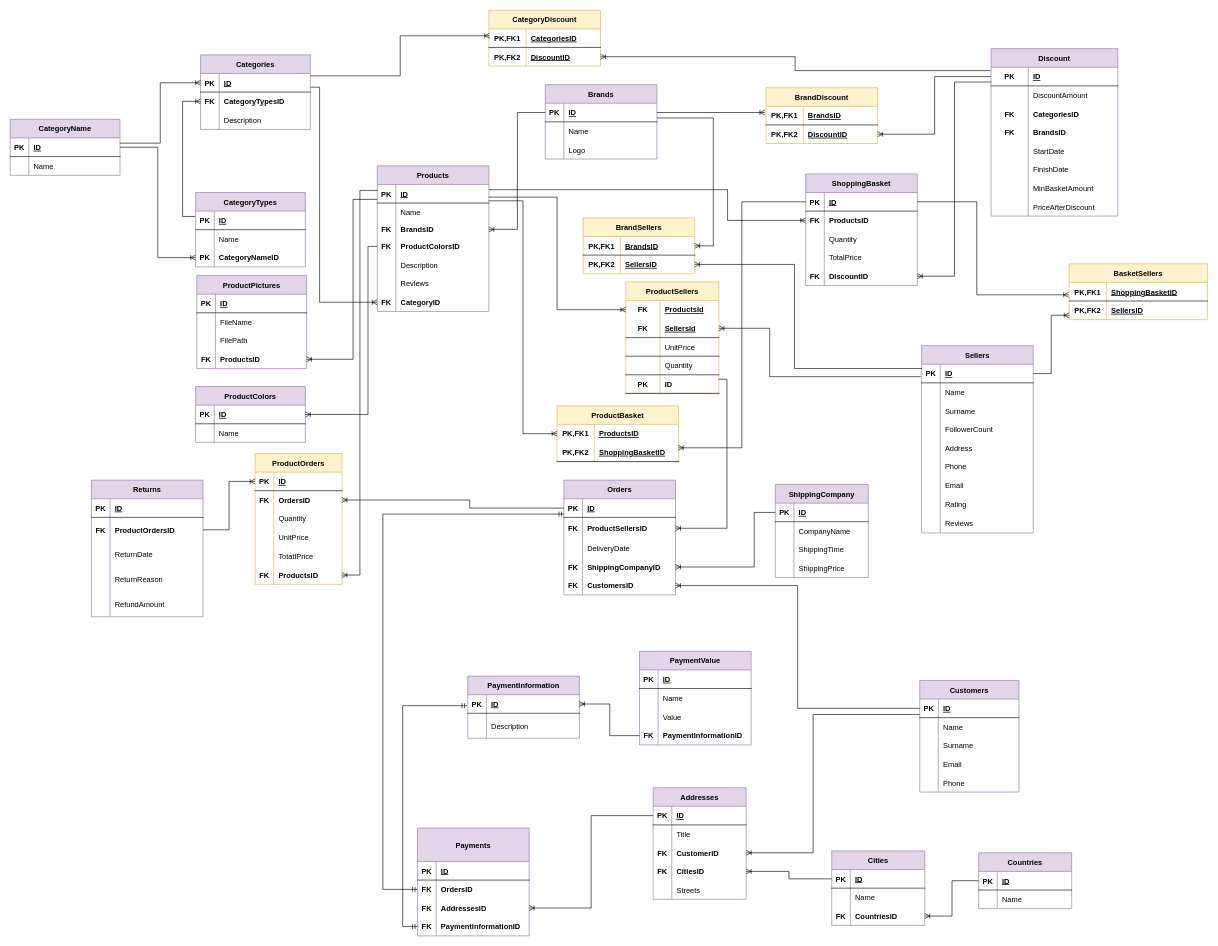
Earlier version of the draw.io diagram Son.drawio (HandeYetisen/Python). Source tidied: cells renumbered, new cells numbered last; positions are measured from the earlier drawing's top-left corner, leaving out a move shared by most shapes. Both pictures are drawn from the tidied source at 62%, with x=0, y=0 at pixel (10, 10).
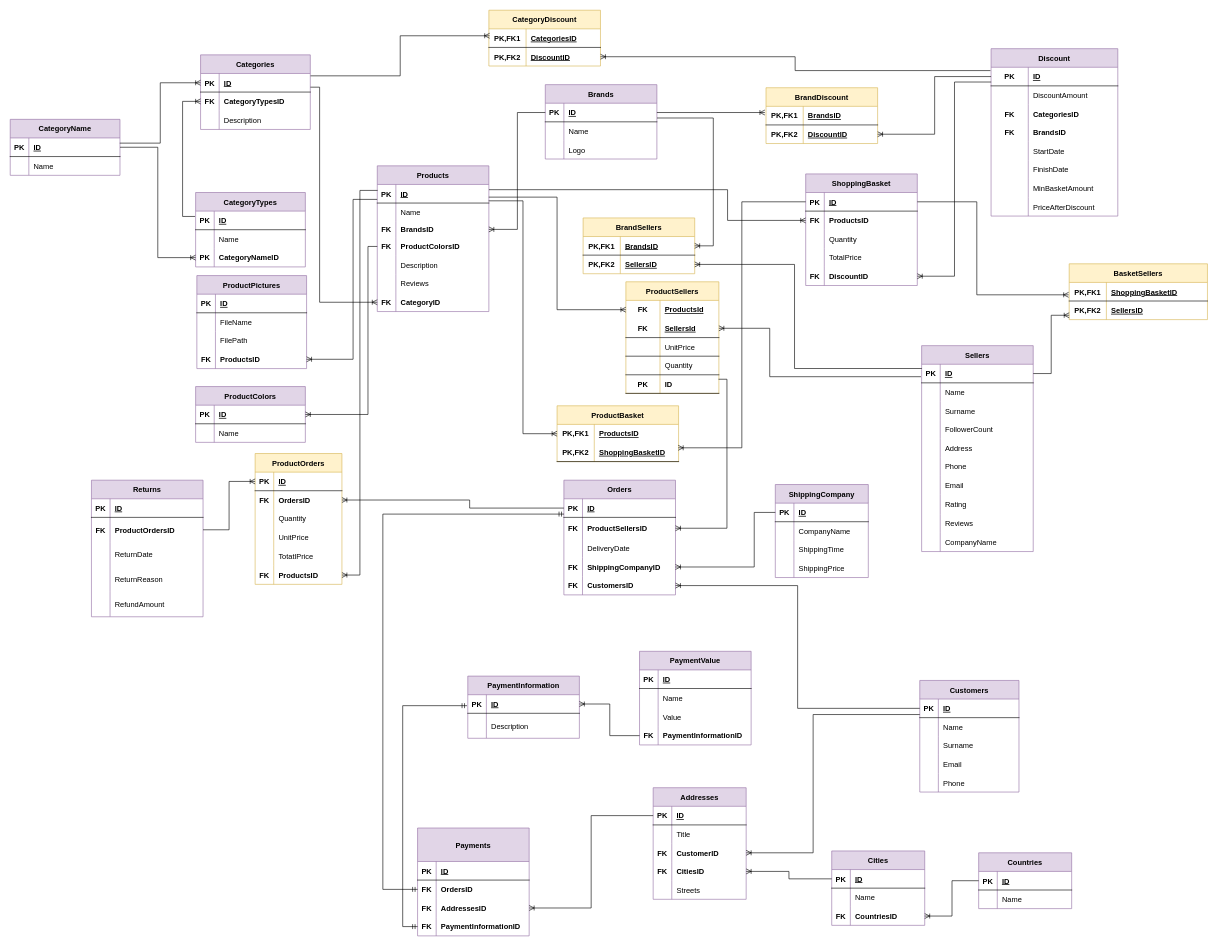
Above is the later version.

Diff of the diagram source:
```diff
@@
     <mxCell id="83" value="Sellers" style="shape=table;startSize=30;childLayout=tableLayout;rowLines=0;fontStyle=1;align=center;fillColor=#e1d5e7;strokeColor=#9673a6;" parent="1" vertex="1">
-      <mxGeometry x="1470" y="541" width="180" height="302.1" as="geometry" />
+      <mxGeometry x="1470" y="541" width="180" height="332.1" as="geometry" />
     </mxCell>
@@
+    <mxCell id="384" style="shape=tableRow;horizontal=0;startSize=0;swimlaneHead=0;swimlaneBody=0;fillColor=none;top=0;left=0;right=0;bottom=0;" parent="83" vertex="1">
+      <mxGeometry y="302" width="180" height="30" as="geometry" />
+    </mxCell>
+    <mxCell id="385" style="shape=partialRectangle;fillColor=none;top=0;left=0;bottom=0;right=0;overflow=hidden;" parent="384" vertex="1">
+      <mxGeometry width="30" height="30" as="geometry" />
+    </mxCell>
+    <mxCell id="386" value="CompanyName" style="shape=partialRectangle;fillColor=none;top=0;left=0;bottom=0;right=0;align=left;spacingLeft=6;overflow=hidden;" parent="384" vertex="1">
+      <mxGeometry x="30" width="150" height="30" as="geometry" />
+    </mxCell>
```
